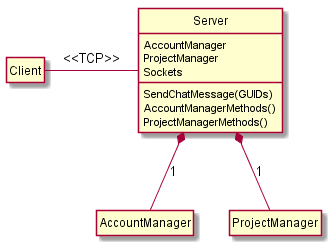
voxelv/sQuire_kw keeps this PlantUML diagram as hw3/server_detail.png. Above is the earlier version.
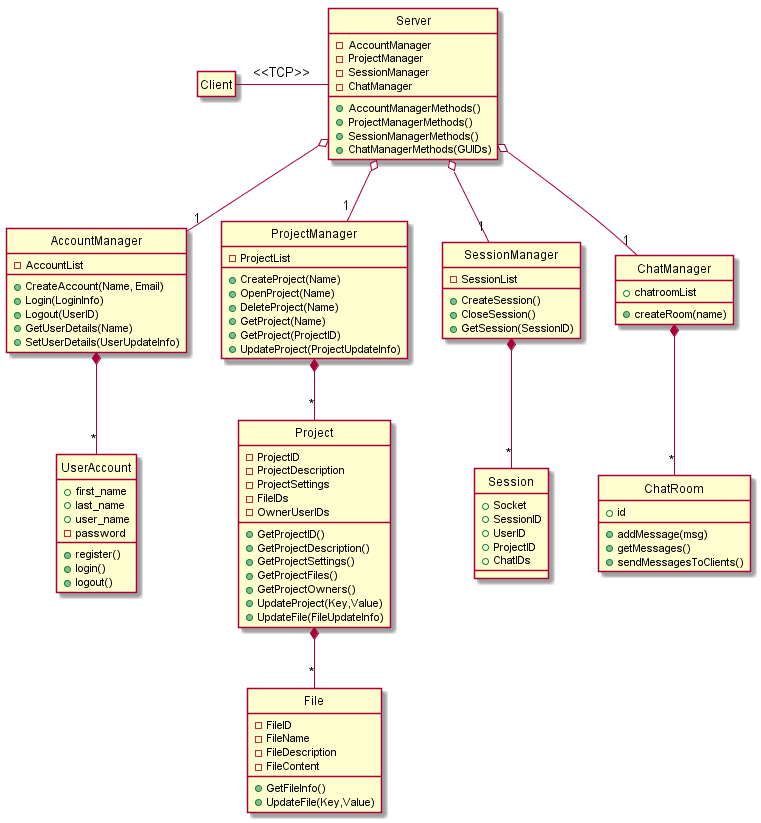
The same diagram one commit later.

The edit, as a diff of the source:
```diff
@@ -3,31 +3,100 @@
 hide empty members
 
 class "Client" as sq
+class "Server" as sqs{
+	-AccountManager
+	-ProjectManager
+	-SessionManager
+	-ChatManager
+	+AccountManagerMethods()
+	+ProjectManagerMethods()
+	+SessionManagerMethods()
+	+ChatManagerMethods(GUIDs)
+	}
+	class "AccountManager" as sqs_ua_m{
+		-AccountList
+		+CreateAccount(Name, Email)
+		+Login(LoginInfo)
+		+Logout(UserID)
+		+GetUserDetails(Name)
+		+SetUserDetails(UserUpdateInfo)
+		}
+		class "UserAccount" as sqs_ua {
+			+first_name
+			+last_name
+			+user_name
+			-password
+			+register()
+			+login()
+			+logout()
+			}
+	class "ProjectManager" as sqs_pr_m{
+		-ProjectList
+		+CreateProject(Name)
+		+OpenProject(Name)
+		+DeleteProject(Name)
+		+GetProject(Name)
+		+GetProject(ProjectID)
+		+UpdateProject(ProjectUpdateInfo)
+		}
+		class "Project" as sqs_pr{
+			-ProjectID
+			-ProjectDescription
+			-ProjectSettings
+			-FileIDs
+			-OwnerUserIDs
+			+GetProjectID()
+			+GetProjectDescription()
+			+GetProjectSettings()
+			+GetProjectFiles()
+			+GetProjectOwners()
+			+UpdateProject(Key,Value)
+			+UpdateFile(FileUpdateInfo)
+			}
+			class "File" as sqs_fi{
+				-FileID
+				-FileName
+				-FileDescription
+				-FileContent
+				+GetFileInfo()
+				+UpdateFile(Key,Value)
+				}
+	class "SessionManager" as sqs_se_m{
+		-SessionList
+		+CreateSession()
+		+CloseSession()
+		+GetSession(SessionID)
+		}
+		class "Session" as sqs_se{
+			+Socket
+			+SessionID
+			+UserID
+			+ProjectID
+			+ChatIDs
+			}
+	class "ChatManager" as sqs_ch_m{
+		+chatroomList
+		+createRoom(name)
+		}
+		class "ChatRoom" as sqs_ch {
+			+id
+			+addMessage(msg)
+			+getMessages()
+			+sendMessagesToClients()
+			}
 
-class "Server" as sqs{
-	AccountManager
-	ProjectManager
-	Sockets
-	SendChatMessage(GUIDs)
-	AccountManagerMethods()
-	ProjectManagerMethods()
-	}
-
-class "AccountManager" as uam{
-	}
-class "ProjectManager" as sqpm{
-	}
 
 sq -right- sqs : <<TCP>>
 
-sqs *-- sqpm : 1
-sqs *-- uam : 1
-
-
-
-
-
-
+	sqs o-- "1" sqs_pr_m
+		sqs_pr_m *-- "*" sqs_pr
+			sqs_pr *-- "*" sqs_fi
+	sqs o-- "1" sqs_ua_m
+		sqs_ua_m *-- "*" sqs_ua
+	sqs o-- "1" sqs_ch_m
+		sqs_ch_m *-- "*" sqs_ch
+	sqs o-- "1" sqs_se_m
+		sqs_se_m *-- "*" sqs_se
 
 
 
```
